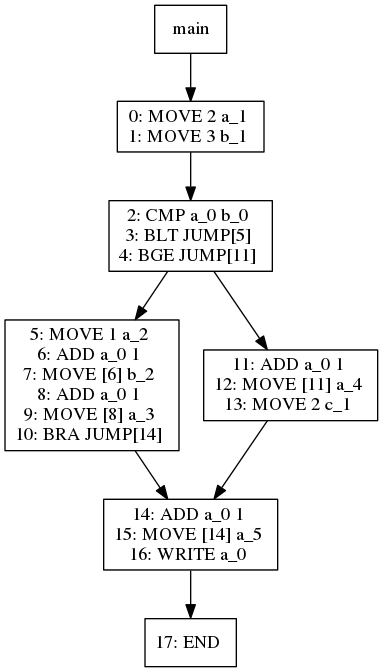
The Graphviz diagram viz/test012.dot.png in jiahanwang/PL241-Compiler, before a commit. Its source is kept beside it as viz/test012.dot.
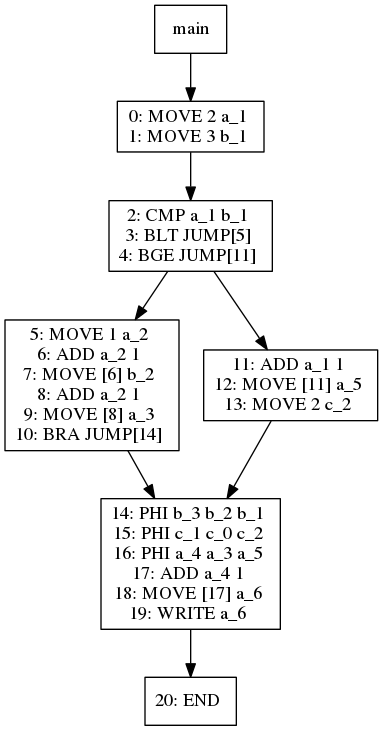
The same diagram one commit later.

The edit, as a diff of the source:
```diff
@@ -6,30 +6,33 @@
 1: MOVE 3 b_1
 "]
 3 -> 5
-5[label="2: CMP a_0 b_0
+5[label="2: CMP a_1 b_1
 3: BLT JUMP[5]
 4: BGE JUMP[11]
 "]
 5 -> 7
 7[label="5: MOVE 1 a_2
-6: ADD a_0 1
+6: ADD a_2 1
 7: MOVE [6] b_2
-8: ADD a_0 1
+8: ADD a_2 1
 9: MOVE [8] a_3
 10: BRA JUMP[14]
 "]
 7 -> 6
-6[label="14: ADD a_0 1
-15: MOVE [14] a_5
-16: WRITE a_0
+6[label="14: PHI b_3 b_2 b_1
+15: PHI c_1 c_0 c_2
+16: PHI a_4 a_3 a_5
+17: ADD a_4 1
+18: MOVE [17] a_6
+19: WRITE a_6
 "]
 6 -> 14
-14[label="17: END
+14[label="20: END
 "]
 5 -> 10
-10[label="11: ADD a_0 1
-12: MOVE [11] a_4
-13: MOVE 2 c_1
+10[label="11: ADD a_1 1
+12: MOVE [11] a_5
+13: MOVE 2 c_2
 "]
 10 -> 6
 }
```
